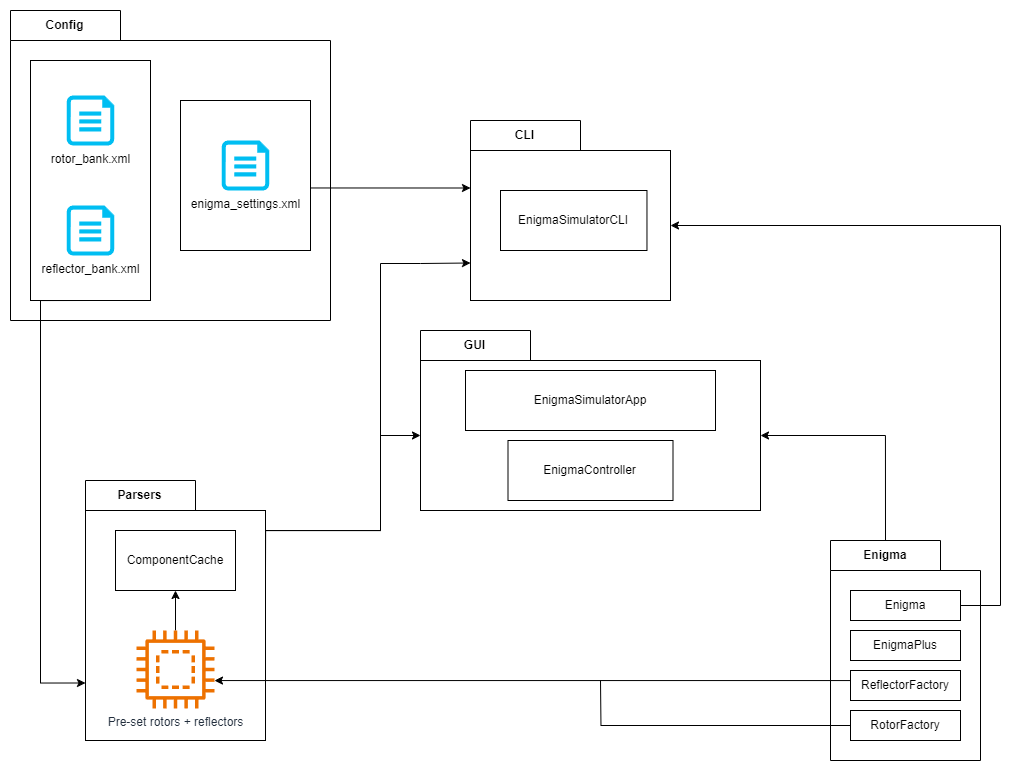
This is docs/images/Package Overview.png from elliot-brooks/enigma-simulator, a draw.io export, as it was before one commit. Source tidied: cells renumbered, new cells last; positions are measured from the earlier drawing's top-left corner, leaving out a move shared by most shapes.
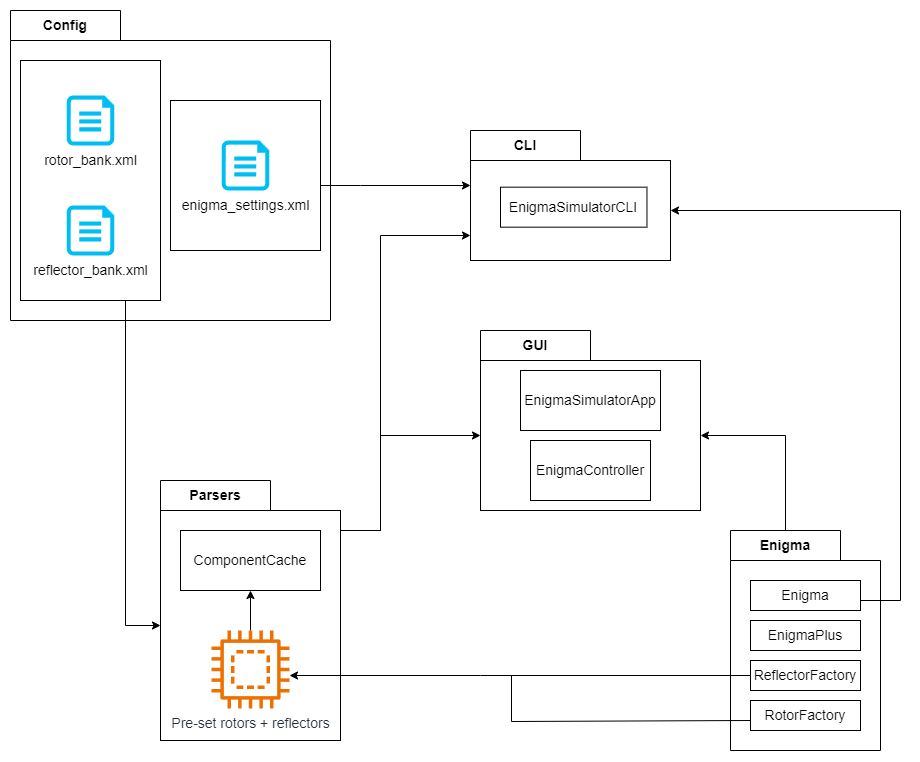
The same diagram one commit later.

Diff of the diagram source:
```diff
@@ -2,100 +2,84 @@
   <root>
     <mxCell id="0" />
     <mxCell id="1" parent="0" />
-    <mxCell id="2" value="GUI" style="shape=folder;fontStyle=1;tabWidth=110;tabHeight=30;tabPosition=left;html=1;boundedLbl=1;labelInHeader=1;whiteSpace=wrap;" parent="1" vertex="1">
-      <mxGeometry x="410" y="320" width="340" height="180" as="geometry" />
+    <mxCell id="2" value="GUI" style="shape=folder;fontStyle=1;tabWidth=110;tabHeight=30;tabPosition=left;html=1;boundedLbl=1;labelInHeader=1;whiteSpace=wrap;fontSize=14;" parent="1" vertex="1">
+      <mxGeometry x="470" y="320" width="220" height="180" as="geometry" />
     </mxCell>
-    <mxCell id="3" value="Packaged element1" style="html=1;whiteSpace=wrap;" parent="2" vertex="1">
+    <mxCell id="3" value="Packaged element1" style="html=1;whiteSpace=wrap;fontSize=14;" parent="2" vertex="1">
       <mxGeometry width="110" height="30" relative="1" as="geometry">
         <mxPoint x="20" y="50" as="offset" />
       </mxGeometry>
     </mxCell>
-    <mxCell id="4" value="CLI" style="shape=folder;fontStyle=1;tabWidth=110;tabHeight=30;tabPosition=left;html=1;boundedLbl=1;labelInHeader=1;whiteSpace=wrap;" parent="1" vertex="1">
-      <mxGeometry x="460" y="110" width="200" height="180" as="geometry" />
+    <mxCell id="4" value="CLI" style="shape=folder;fontStyle=1;tabWidth=110;tabHeight=30;tabPosition=left;html=1;boundedLbl=1;labelInHeader=1;whiteSpace=wrap;fontSize=14;" parent="1" vertex="1">
+      <mxGeometry x="460" y="120" width="200" height="130" as="geometry" />
     </mxCell>
-    <mxCell id="5" value="Packaged element1" style="html=1;whiteSpace=wrap;" parent="4" vertex="1">
+    <mxCell id="5" value="Packaged element1" style="html=1;whiteSpace=wrap;fontSize=14;" parent="4" vertex="1">
       <mxGeometry width="110" height="30" relative="1" as="geometry">
         <mxPoint x="20" y="50" as="offset" />
       </mxGeometry>
     </mxCell>
+    <mxCell id="14" style="group;fontSize=14;" parent="4" vertex="1">
+      <mxGeometry y="30" width="200" height="100" as="geometry" />
+    </mxCell>
+    <mxCell id="15" style="rounded=0;whiteSpace=wrap;html=1;fontSize=14;" parent="14" vertex="1">
+      <mxGeometry width="200" height="100" as="geometry" />
+    </mxCell>
+    <mxCell id="16" value="EnigmaSimulatorCLI" style="rounded=0;whiteSpace=wrap;html=1;fontSize=14;" parent="14" vertex="1">
+      <mxGeometry x="30" y="26.7" width="146.5" height="40" as="geometry" />
+    </mxCell>
-    <mxCell id="6" style="edgeStyle=orthogonalEdgeStyle;rounded=0;jettySize=auto;html=1;exitX=1;exitY=0.25;exitDx=0;exitDy=0;entryX=0;entryY=0.75;entryDx=0;entryDy=0;" parent="1" edge="1" source="24" target="15">
+    <mxCell id="6" style="edgeStyle=orthogonalEdgeStyle;rounded=0;jettySize=auto;html=1;exitX=1;exitY=0.25;exitDx=0;exitDy=0;entryX=0;entryY=0.75;entryDx=0;entryDy=0;fontSize=14;" parent="1" edge="1" source="24" target="15">
       <mxGeometry relative="1" as="geometry">
         <Array as="points">
-          <mxPoint x="255" y="520" />
+          <mxPoint x="330" y="520" />
           <mxPoint x="370" y="520" />
-          <mxPoint x="370" y="253" />
-          <mxPoint x="410" y="253" />
+          <mxPoint x="370" y="225" />
         </Array>
       </mxGeometry>
     </mxCell>
-    <mxCell id="7" style="edgeStyle=orthogonalEdgeStyle;rounded=0;jettySize=auto;html=1;exitX=0;exitY=0;exitDx=55;exitDy=0;exitPerimeter=0;entryX=1;entryY=0.5;entryDx=0;entryDy=0;" parent="1" edge="1" source="8" target="18">
+    <mxCell id="7" style="edgeStyle=orthogonalEdgeStyle;rounded=0;jettySize=auto;html=1;exitX=0;exitY=0;exitDx=55;exitDy=0;exitPerimeter=0;entryX=1;entryY=0.5;entryDx=0;entryDy=0;fontSize=14;" parent="1" edge="1" source="8" target="18">
       <mxGeometry relative="1" as="geometry" />
     </mxCell>
-    <mxCell id="8" value="Enigma" style="shape=folder;fontStyle=1;tabWidth=110;tabHeight=30;tabPosition=left;html=1;boundedLbl=1;labelInHeader=1;whiteSpace=wrap;" parent="1" vertex="1">
-      <mxGeometry x="820" y="530" width="150" height="220" as="geometry" />
+    <mxCell id="8" value="Enigma" style="shape=folder;fontStyle=1;tabWidth=110;tabHeight=30;tabPosition=left;html=1;boundedLbl=1;labelInHeader=1;whiteSpace=wrap;fontSize=14;" parent="1" vertex="1">
+      <mxGeometry x="720" y="520" width="150" height="220" as="geometry" />
     </mxCell>
-    <mxCell id="9" value="Enigma" style="html=1;whiteSpace=wrap;" parent="8" vertex="1">
+    <mxCell id="9" value="Enigma" style="html=1;whiteSpace=wrap;fontSize=14;" parent="8" vertex="1">
       <mxGeometry width="110" height="30" relative="1" as="geometry">
         <mxPoint x="20" y="50" as="offset" />
       </mxGeometry>
     </mxCell>
-    <mxCell id="10" value="EnigmaPlus" style="html=1;whiteSpace=wrap;" parent="8" vertex="1">
+    <mxCell id="10" value="EnigmaPlus" style="html=1;whiteSpace=wrap;fontSize=14;" parent="8" vertex="1">
       <mxGeometry x="20" y="90" width="110" height="30" as="geometry" />
     </mxCell>
-    <mxCell id="11" value="ReflectorFactory" style="html=1;whiteSpace=wrap;" parent="8" vertex="1">
+    <mxCell id="11" value="ReflectorFactory" style="html=1;whiteSpace=wrap;fontSize=14;" parent="8" vertex="1">
       <mxGeometry x="20" y="130" width="110" height="30" as="geometry" />
     </mxCell>
-    <mxCell id="12" style="edgeStyle=orthogonalEdgeStyle;rounded=0;jettySize=auto;html=1;exitX=0;exitY=0.5;exitDx=0;exitDy=0;endArrow=none;endFill=0;" parent="8" edge="1" source="13">
-      <mxGeometry relative="1" as="geometry">
-        <mxPoint x="-230" y="140" as="targetPoint" />
-      </mxGeometry>
-    </mxCell>
+    <mxCell id="39" style="edgeStyle=orthogonalEdgeStyle;rounded=0;orthogonalLoop=1;jettySize=auto;html=1;endArrow=none;endFill=0;" parent="8" edge="1">
+      <mxGeometry relative="1" as="geometry">
+        <mxPoint x="20" y="190" as="sourcePoint" />
+        <mxPoint x="-220" y="145" as="targetPoint" />
+        <Array as="points">
+          <mxPoint x="20" y="191" />
+          <mxPoint x="-219" y="191" />
+          <mxPoint x="-219" y="145" />
+        </Array>
+      </mxGeometry>
+    </mxCell>
-    <mxCell id="13" value="RotorFactory" style="html=1;whiteSpace=wrap;" parent="8" vertex="1">
+    <mxCell id="13" value="RotorFactory" style="html=1;whiteSpace=wrap;fontSize=14;" parent="8" vertex="1">
       <mxGeometry x="20" y="170" width="110" height="30" as="geometry" />
     </mxCell>
-    <mxCell id="14" style="group;" parent="1" vertex="1">
-      <mxGeometry x="460" y="140" width="200" height="150" as="geometry" />
-    </mxCell>
-    <mxCell id="15" style="rounded=0;whiteSpace=wrap;html=1;" parent="14" vertex="1">
-      <mxGeometry width="200" height="150" as="geometry" />
-    </mxCell>
-    <mxCell id="16" value="EnigmaSimulatorCLI" style="rounded=0;whiteSpace=wrap;html=1;" parent="14" vertex="1">
-      <mxGeometry x="30" y="40" width="146.5" height="60" as="geometry" />
-    </mxCell>
-    <mxCell id="17" style="group;" parent="1" vertex="1">
+    <mxCell id="17" style="group;fontSize=14;" parent="1" vertex="1">
       <mxGeometry x="410" y="350" width="340" height="150" as="geometry" />
     </mxCell>
-    <mxCell id="18" style="rounded=0;whiteSpace=wrap;html=1;" parent="17" vertex="1">
-      <mxGeometry width="340" height="150" as="geometry" />
+    <mxCell id="18" style="rounded=0;whiteSpace=wrap;html=1;fontSize=14;" parent="17" vertex="1">
+      <mxGeometry x="60" width="220" height="150" as="geometry" />
     </mxCell>
-    <mxCell id="19" value="EnigmaSimulatorApp" style="rounded=0;whiteSpace=wrap;html=1;" parent="17" vertex="1">
-      <mxGeometry x="45" y="10" width="250" height="60" as="geometry" />
+    <mxCell id="19" value="EnigmaSimulatorApp" style="rounded=0;whiteSpace=wrap;html=1;fontSize=14;" parent="17" vertex="1">
+      <mxGeometry x="100" y="10" width="140" height="60" as="geometry" />
     </mxCell>
-    <mxCell id="20" value="EnigmaController" style="rounded=0;whiteSpace=wrap;html=1;" parent="17" vertex="1">
-      <mxGeometry x="87.5" y="80" width="165" height="60" as="geometry" />
+    <mxCell id="20" value="EnigmaController" style="rounded=0;whiteSpace=wrap;html=1;fontSize=14;" parent="17" vertex="1">
+      <mxGeometry x="110" y="80" width="120" height="60" as="geometry" />
     </mxCell>
-    <mxCell id="21" style="group;" parent="1" vertex="1">
-      <mxGeometry y="450" width="320" height="280" as="geometry" />
-    </mxCell>
-    <mxCell id="22" style="group;" parent="21" vertex="1">
-      <mxGeometry x="40" y="20" width="250" height="260" as="geometry" />
-    </mxCell>
-    <mxCell id="23" value="Parsers" style="shape=folder;fontStyle=1;tabWidth=110;tabHeight=30;tabPosition=left;html=1;boundedLbl=1;labelInHeader=1;whiteSpace=wrap;" parent="22" vertex="1">
-      <mxGeometry x="35" width="180" height="260" as="geometry" />
-    </mxCell>
-    <mxCell id="24" style="rounded=0;whiteSpace=wrap;html=1;" parent="22" vertex="1">
-      <mxGeometry x="35" y="30" width="180" height="230" as="geometry" />
-    </mxCell>
-    <mxCell id="25" value="ComponentCache" style="rounded=0;whiteSpace=wrap;html=1;" parent="22" vertex="1">
-      <mxGeometry x="65" y="50" width="120" height="60" as="geometry" />
-    </mxCell>
-    <mxCell id="26" style="edgeStyle=orthogonalEdgeStyle;rounded=0;jettySize=auto;html=1;entryX=0.5;entryY=1;entryDx=0;entryDy=0;" parent="22" edge="1" source="27" target="25">
-      <mxGeometry relative="1" as="geometry" />
-    </mxCell>
-    <mxCell id="27" value="Pre-set rotors + reflectors" style="sketch=0;outlineConnect=0;fontColor=#232F3E;gradientColor=none;fillColor=#ED7100;strokeColor=none;dashed=0;verticalLabelPosition=bottom;verticalAlign=top;align=center;html=1;fontSize=12;fontStyle=0;shape=mxgraph.aws4.braket_embedded_simulator;" parent="22" vertex="1">
-      <mxGeometry x="86" y="150" width="78" height="78" as="geometry" />
-    </mxCell>
-    <mxCell id="28" style="endArrow=classic;html=1;rounded=0;exitX=1;exitY=0.25;exitDx=0;exitDy=0;entryX=0;entryY=0.5;entryDx=0;entryDy=0;edgeStyle=orthogonalEdgeStyle;" parent="1" edge="1" source="24" target="18">
+    <mxCell id="28" style="endArrow=classic;html=1;rounded=0;exitX=1;exitY=0.25;exitDx=0;exitDy=0;entryX=0;entryY=0.5;entryDx=0;entryDy=0;edgeStyle=orthogonalEdgeStyle;fontSize=14;" parent="1" edge="1" source="24" target="18">
       <mxGeometry relative="1" as="geometry">
         <Array as="points">
           <mxPoint x="370" y="520" />
@@ -103,53 +87,66 @@
         </Array>
       </mxGeometry>
     </mxCell>
-    <mxCell id="29" style="edgeStyle=orthogonalEdgeStyle;rounded=0;jettySize=auto;html=1;exitX=0;exitY=0.5;exitDx=0;exitDy=0;" parent="1" edge="1" source="11" target="27">
-      <mxGeometry relative="1" as="geometry">
-        <Array as="points">
-          <mxPoint x="840" y="670" />
-        </Array>
-      </mxGeometry>
-    </mxCell>
-    <mxCell id="30" style="edgeStyle=orthogonalEdgeStyle;rounded=0;jettySize=auto;html=1;exitX=1;exitY=0.5;exitDx=0;exitDy=0;entryX=1;entryY=0.5;entryDx=0;entryDy=0;" parent="1" edge="1" source="9" target="15">
+    <mxCell id="30" style="edgeStyle=orthogonalEdgeStyle;rounded=0;jettySize=auto;html=1;exitX=1;exitY=0.5;exitDx=0;exitDy=0;entryX=1;entryY=0.5;entryDx=0;entryDy=0;fontSize=14;" parent="1" edge="1" source="9" target="15">
       <mxGeometry relative="1" as="geometry">
         <Array as="points">
-          <mxPoint x="990" y="595" />
-          <mxPoint x="990" y="215" />
+          <mxPoint x="850" y="590" />
+          <mxPoint x="890" y="590" />
+          <mxPoint x="890" y="200" />
         </Array>
       </mxGeometry>
     </mxCell>
-    <mxCell id="31" value="Config" style="shape=folder;fontStyle=1;tabWidth=110;tabHeight=30;tabPosition=left;html=1;boundedLbl=1;labelInHeader=1;whiteSpace=wrap;" parent="1" vertex="1">
+    <mxCell id="31" value="Config" style="shape=folder;fontStyle=1;tabWidth=110;tabHeight=30;tabPosition=left;html=1;boundedLbl=1;labelInHeader=1;whiteSpace=wrap;fontSize=14;" parent="1" vertex="1">
       <mxGeometry width="320" height="310" as="geometry" />
     </mxCell>
-    <mxCell id="32" style="rounded=0;whiteSpace=wrap;html=1;" parent="31" vertex="1">
-      <mxGeometry x="20" y="50" width="120" height="240" as="geometry" />
+    <mxCell id="32" style="rounded=0;whiteSpace=wrap;html=1;fontSize=14;" parent="31" vertex="1">
+      <mxGeometry x="10" y="50" width="140" height="240" as="geometry" />
     </mxCell>
-    <mxCell id="33" style="rounded=0;whiteSpace=wrap;html=1;" parent="31" vertex="1">
-      <mxGeometry x="170" y="90" width="130" height="150" as="geometry" />
+    <mxCell id="33" style="rounded=0;whiteSpace=wrap;html=1;fontSize=14;" parent="31" vertex="1">
+      <mxGeometry x="160" y="90" width="150" height="150" as="geometry" />
     </mxCell>
-    <mxCell id="34" value="enigma_settings.xml" style="verticalLabelPosition=bottom;html=1;verticalAlign=top;align=center;strokeColor=none;fillColor=#00BEF2;shape=mxgraph.azure.cloud_services_configuration_file;" parent="31" vertex="1">
+    <mxCell id="34" value="enigma_settings.xml" style="verticalLabelPosition=bottom;html=1;verticalAlign=top;align=center;strokeColor=none;fillColor=#00BEF2;shape=mxgraph.azure.cloud_services_configuration_file;fontSize=14;" parent="31" vertex="1">
       <mxGeometry x="211.2" y="130" width="47.5" height="50" as="geometry" />
     </mxCell>
-    <mxCell id="35" value="rotor_bank.xml&lt;br&gt;" style="verticalLabelPosition=bottom;html=1;verticalAlign=top;align=center;strokeColor=none;fillColor=#00BEF2;shape=mxgraph.azure.cloud_services_configuration_file;" parent="31" vertex="1">
+    <mxCell id="35" value="rotor_bank.xml&lt;br style=&quot;font-size: 14px;&quot;&gt;" style="verticalLabelPosition=bottom;html=1;verticalAlign=top;align=center;strokeColor=none;fillColor=#00BEF2;shape=mxgraph.azure.cloud_services_configuration_file;fontSize=14;" parent="31" vertex="1">
       <mxGeometry x="56.2" y="85" width="47.5" height="50" as="geometry" />
     </mxCell>
-    <mxCell id="36" value="reflector_bank.xml&lt;br&gt;" style="verticalLabelPosition=bottom;html=1;verticalAlign=top;align=center;strokeColor=none;fillColor=#00BEF2;shape=mxgraph.azure.cloud_services_configuration_file;" parent="31" vertex="1">
+    <mxCell id="36" value="reflector_bank.xml&lt;br style=&quot;font-size: 14px;&quot;&gt;" style="verticalLabelPosition=bottom;html=1;verticalAlign=top;align=center;strokeColor=none;fillColor=#00BEF2;shape=mxgraph.azure.cloud_services_configuration_file;fontSize=14;" parent="31" vertex="1">
       <mxGeometry x="56.2" y="195" width="47.5" height="50" as="geometry" />
     </mxCell>
+    <mxCell id="23" value="Parsers" style="shape=folder;fontStyle=1;tabWidth=110;tabHeight=30;tabPosition=left;html=1;boundedLbl=1;labelInHeader=1;whiteSpace=wrap;fontSize=14;" parent="1" vertex="1">
+      <mxGeometry x="150" y="470" width="180" height="260" as="geometry" />
+    </mxCell>
+    <mxCell id="24" style="rounded=0;whiteSpace=wrap;html=1;fontSize=14;" parent="1" vertex="1">
+      <mxGeometry x="150" y="500" width="180" height="230" as="geometry" />
+    </mxCell>
+    <mxCell id="25" value="ComponentCache" style="rounded=0;whiteSpace=wrap;html=1;fontSize=14;" parent="1" vertex="1">
+      <mxGeometry x="170" y="520" width="140" height="60" as="geometry" />
+    </mxCell>
+    <mxCell id="26" style="edgeStyle=orthogonalEdgeStyle;rounded=0;jettySize=auto;html=1;entryX=0.5;entryY=1;entryDx=0;entryDy=0;fontSize=14;" parent="1" edge="1" source="27" target="25">
+      <mxGeometry relative="1" as="geometry" />
+    </mxCell>
+    <mxCell id="27" value="Pre-set rotors + reflectors" style="sketch=0;outlineConnect=0;fontColor=#232F3E;gradientColor=none;fillColor=#ED7100;strokeColor=none;dashed=0;verticalLabelPosition=bottom;verticalAlign=top;align=center;html=1;fontSize=14;fontStyle=0;shape=mxgraph.aws4.braket_embedded_simulator;" parent="1" vertex="1">
+      <mxGeometry x="201" y="620" width="78" height="78" as="geometry" />
+    </mxCell>
-    <mxCell id="37" style="edgeStyle=orthogonalEdgeStyle;rounded=0;jettySize=auto;html=1;exitX=1;exitY=0.5;exitDx=0;exitDy=0;entryX=0;entryY=0.25;entryDx=0;entryDy=0;" parent="1" edge="1" source="33" target="15">
+    <mxCell id="37" style="edgeStyle=orthogonalEdgeStyle;rounded=0;jettySize=auto;html=1;entryX=0;entryY=0.25;entryDx=0;entryDy=0;" parent="1" edge="1" source="33" target="15">
       <mxGeometry relative="1" as="geometry">
         <Array as="points">
-          <mxPoint x="300" y="178" />
+          <mxPoint x="350" y="175" />
+          <mxPoint x="350" y="175" />
         </Array>
       </mxGeometry>
     </mxCell>
-    <mxCell id="38" style="edgeStyle=orthogonalEdgeStyle;rounded=0;jettySize=auto;html=1;exitX=0.5;exitY=1;exitDx=0;exitDy=0;entryX=0;entryY=0.75;entryDx=0;entryDy=0;" parent="1" edge="1" source="32" target="24">
-      <mxGeometry relative="1" as="geometry">
-        <Array as="points">
-          <mxPoint x="30" y="290" />
-          <mxPoint x="30" y="673" />
-        </Array>
-      </mxGeometry>
+    <mxCell id="38" style="edgeStyle=orthogonalEdgeStyle;rounded=0;jettySize=auto;html=1;exitX=0.75;exitY=1;exitDx=0;exitDy=0;entryX=0;entryY=0.5;entryDx=0;entryDy=0;" parent="1" edge="1" source="32" target="24">
+      <mxGeometry relative="1" as="geometry" />
     </mxCell>
+    <mxCell id="29" style="edgeStyle=orthogonalEdgeStyle;rounded=0;jettySize=auto;html=1;exitX=0;exitY=0.5;exitDx=0;exitDy=0;fontSize=14;" parent="1" edge="1" source="11" target="27">
+      <mxGeometry relative="1" as="geometry">
+        <Array as="points">
+          <mxPoint x="470" y="665" />
+          <mxPoint x="470" y="665" />
+        </Array>
+      </mxGeometry>
+    </mxCell>
   </root>
 </mxGraphModel>
```
